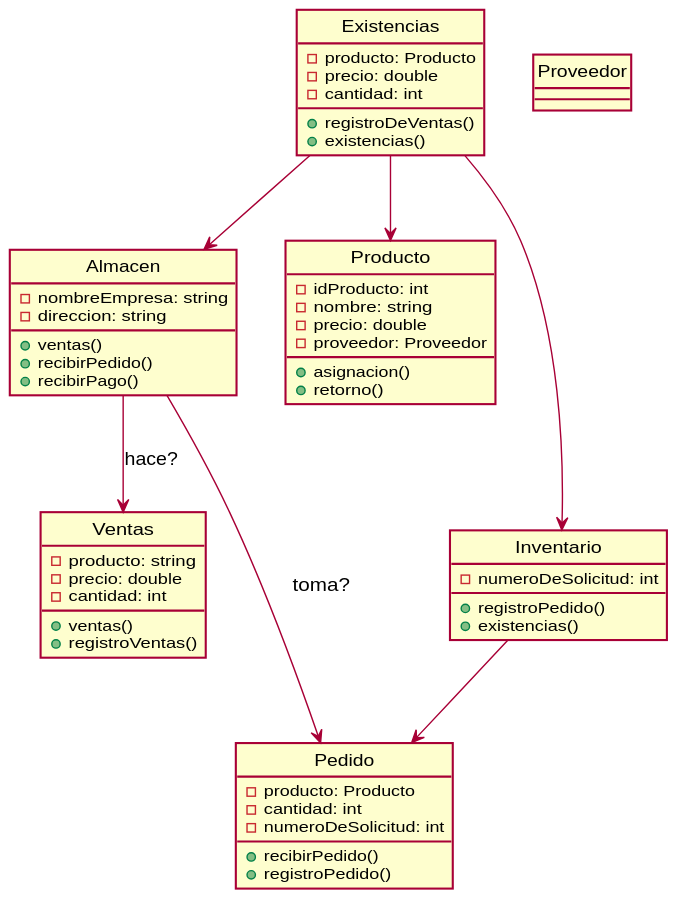
Before: out/Trabajo_en_grupo/latercera.svg, a diagram exported from PlantUML (emiestevarena/Integrador2).
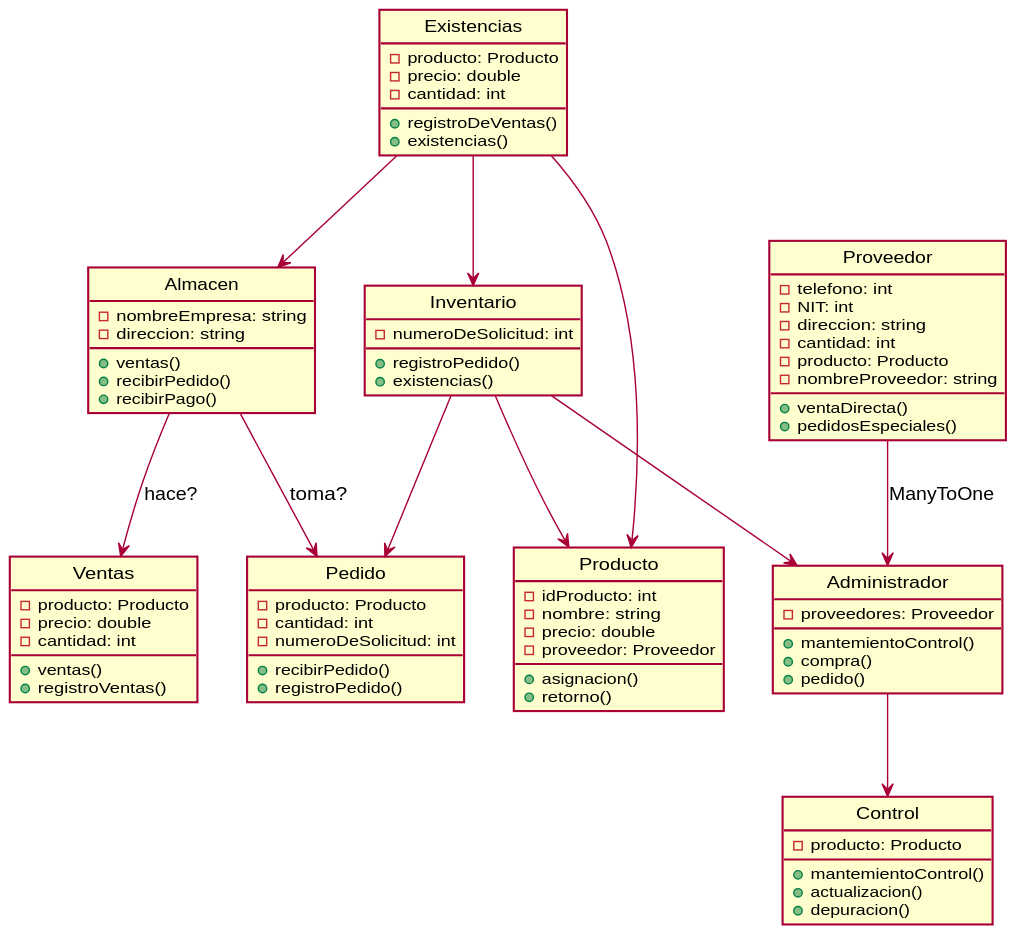
After the commit.

Commit message:
diagrama listo

What changed in the source:
```diff
@@ -3,7 +3,7 @@
 skinparam  SequenceMessageAlignment center
 
 class Ventas{
-    - producto: string
+    - producto: Producto
     - precio: double
     - cantidad: int
     +ventas()
@@ -49,12 +49,39 @@
     +existencias()
 }
 
-class Proveedor{}
+class Proveedor{
+    -telefono: int
+    -NIT: int
+    -direccion: string
+    -cantidad: int
+    -producto: Producto
+    -nombreProveedor: string
+    +ventaDirecta()
+    +pedidosEspeciales()
+}
+
+class Administrador{
+    -proveedores: Proveedor
+    +mantemientoControl()
+    +compra()
+    +pedido()
+}
+
+class Control{
+    -producto: Producto
+    +mantemientoControl()
+    +actualizacion()
+    +depuracion()
+}
 
 Almacen-->Ventas: hace?
 Almacen-->Pedido: toma?
 Existencias-->Almacen
 Existencias-->Producto
 Inventario-->Pedido
-Existencias--->Inventario
+Inventario-->Producto
+Existencias-->Inventario
+Proveedor-->Administrador: ManyToOne
+Inventario-->Administrador
+Administrador-->Control
 @enduml
```
